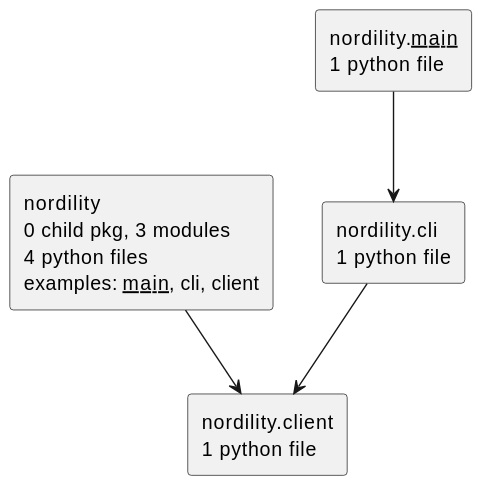
This is docs/diagrams/python-packages.puml.svg from casonk/nordility, a PlantUML export, as it was before one commit.
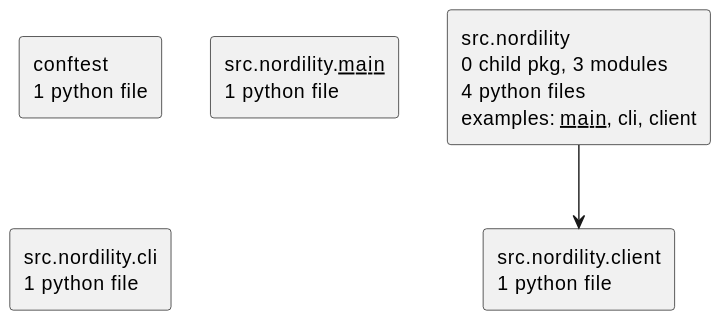
The same diagram one commit later.

Diff of the diagram source:
```diff
@@ -2,11 +2,10 @@
 set namespaceSeparator none
 top to bottom direction
 skinparam componentStyle rectangle
-rectangle "nordility\n0 child pkg, 3 modules\n4 python files\nexamples: __main__, cli, client" as nordility
-rectangle "nordility.__main__\n1 python file" as nordility.__main__
-rectangle "nordility.cli\n1 python file" as nordility.cli
-rectangle "nordility.client\n1 python file" as nordility.client
-nordility --> nordility.client
-nordility.__main__ --> nordility.cli
-nordility.cli --> nordility.client
+rectangle "conftest\n1 python file" as conftest
+rectangle "src.nordility\n0 child pkg, 3 modules\n4 python files\nexamples: __main__, cli, client" as src.nordility
+rectangle "src.nordility.__main__\n1 python file" as src.nordility.__main__
+rectangle "src.nordility.cli\n1 python file" as src.nordility.cli
+rectangle "src.nordility.client\n1 python file" as src.nordility.client
+src.nordility --> src.nordility.client
 @enduml
```
